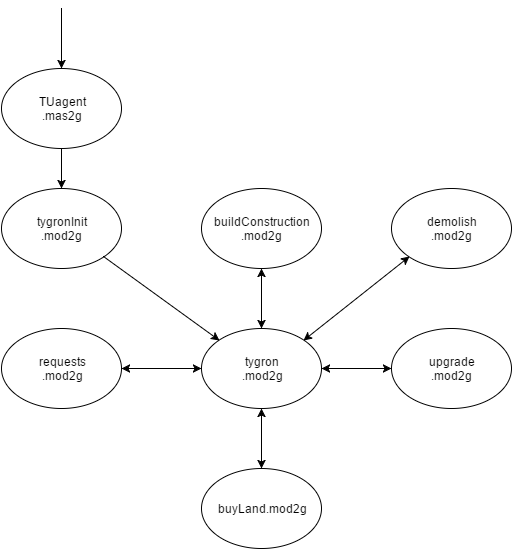
The draw.io diagram documents/Architecture Design/moduleDiagram.png in spiderbiggen/RAMpestampers-Context-VH, before a commit. Source tidied: cells renumbered, new cells last; positions are measured from the earlier drawing's top-left corner, leaving out a move shared by most shapes.
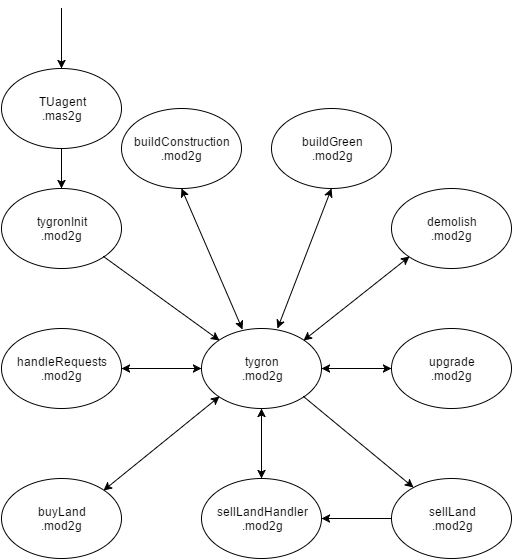
The same diagram one commit later.

Commit message:
updated the goal module diagram

The edit, as a diff of the source:
```diff
@@ -3,54 +3,79 @@
     <mxCell id="0" />
     <mxCell id="1" parent="0" />
     <mxCell id="2" value="tygron&lt;div&gt;.mod2g&lt;/div&gt;" style="ellipse;whiteSpace=wrap;html=1;" parent="1" vertex="1">
-      <mxGeometry x="200" y="320" width="120" height="80" as="geometry" />
+      <mxGeometry x="190" y="180" width="120" height="80" as="geometry" />
     </mxCell>
     <mxCell id="3" value="buildConstruction&lt;div&gt;.mod&lt;span style=&quot;line-height: 1.2&quot;&gt;2g&lt;/span&gt;&lt;/div&gt;" style="ellipse;whiteSpace=wrap;html=1;" parent="1" vertex="1">
-      <mxGeometry x="200" y="180" width="120" height="80" as="geometry" />
+      <mxGeometry x="110" y="-40" width="120" height="80" as="geometry" />
     </mxCell>
+    <mxCell id="18" value="tygronInit&lt;div&gt;&lt;div&gt;.mod2g&lt;/div&gt;&lt;/div&gt;" style="ellipse;whiteSpace=wrap;html=1;" parent="1" vertex="1">
+      <mxGeometry x="-10" y="40" width="120" height="80" as="geometry" />
+    </mxCell>
-    <mxCell id="4" value="tygronInit&lt;div&gt;&lt;div&gt;.mod2g&lt;/div&gt;&lt;/div&gt;" style="ellipse;whiteSpace=wrap;html=1;" parent="1" vertex="1">
-      <mxGeometry y="180" width="120" height="80" as="geometry" />
+    <mxCell id="4" style="endArrow=classic;html=1;entryX=0.5;entryY=0;exitX=0.5;exitY=1;" parent="1" edge="1" source="12" target="18">
+      <mxGeometry relative="1" as="geometry" />
     </mxCell>
-    <mxCell id="5" style="endArrow=classic;html=1;entryX=0.5;entryY=0;exitX=0.5;exitY=1;" parent="1" edge="1" source="16" target="4">
+    <mxCell id="5" style="endArrow=classic;html=1;entryX=0;entryY=0;exitX=1;exitY=1;" parent="1" edge="1" source="18" target="2">
       <mxGeometry relative="1" as="geometry" />
     </mxCell>
-    <mxCell id="6" style="endArrow=classic;html=1;entryX=0;entryY=0;exitX=1;exitY=1;" parent="1" edge="1" source="4" target="2">
-      <mxGeometry relative="1" as="geometry" />
+    <mxCell id="6" value="demolish&lt;div&gt;.mod2g&lt;/div&gt;" style="ellipse;whiteSpace=wrap;html=1;" parent="1" vertex="1">
+      <mxGeometry x="380" y="40" width="120" height="80" as="geometry" />
     </mxCell>
+    <mxCell id="19" style="endArrow=classic;startArrow=classic;html=1;entryX=0.5;entryY=1;exitX=0.342;exitY=0.013;exitPerimeter=0;" parent="1" edge="1" source="2" target="3">
+      <mxGeometry relative="1" as="geometry" />
+    </mxCell>
-    <mxCell id="7" value="demolish&lt;div&gt;.mod2g&lt;/div&gt;" style="ellipse;whiteSpace=wrap;html=1;" parent="1" vertex="1">
-      <mxGeometry x="390" y="180" width="120" height="80" as="geometry" />
+    <mxCell id="7" style="endArrow=classic;startArrow=classic;html=1;entryX=0;entryY=1;exitX=1;exitY=0;" parent="1" edge="1" source="2" target="6">
+      <mxGeometry relative="1" as="geometry" />
     </mxCell>
+    <mxCell id="20" value="upgrade&lt;div&gt;.mod2g&lt;/div&gt;" style="ellipse;whiteSpace=wrap;html=1;" parent="1" vertex="1">
+      <mxGeometry x="380" y="180" width="120" height="80" as="geometry" />
+    </mxCell>
+    <mxCell id="21" value="&lt;div&gt;buyLand&lt;/div&gt;&lt;div&gt;&lt;span style=&quot;line-height: 1.2&quot;&gt;.mod2g&lt;/span&gt;&lt;/div&gt;" style="ellipse;whiteSpace=wrap;html=1;" parent="1" vertex="1">
+      <mxGeometry x="-10" y="330" width="120" height="80" as="geometry" />
+    </mxCell>
-    <mxCell id="8" style="endArrow=classic;startArrow=classic;html=1;entryX=0.5;entryY=1;exitX=0.5;exitY=0;" parent="1" edge="1" source="2" target="3">
-      <mxGeometry relative="1" as="geometry" />
+    <mxCell id="8" value="handleR&lt;span style=&quot;line-height: 1.2&quot;&gt;equests&lt;/span&gt;&lt;div&gt;&lt;div&gt;.mod2g&lt;/div&gt;&lt;/div&gt;" style="ellipse;whiteSpace=wrap;html=1;" parent="1" vertex="1">
+      <mxGeometry x="-10" y="180" width="120" height="80" as="geometry" />
     </mxCell>
-    <mxCell id="9" style="endArrow=classic;startArrow=classic;html=1;entryX=0;entryY=1;exitX=1;exitY=0;" parent="1" edge="1" source="2" target="7">
+    <mxCell id="9" style="endArrow=classic;startArrow=classic;html=1;entryX=0;entryY=0.5;exitX=1;exitY=0.5;" parent="1" edge="1" source="8" target="2">
       <mxGeometry relative="1" as="geometry" />
     </mxCell>
-    <mxCell id="10" value="upgrade&lt;div&gt;.mod2g&lt;/div&gt;" style="ellipse;whiteSpace=wrap;html=1;" parent="1" vertex="1">
-      <mxGeometry x="390" y="320" width="120" height="80" as="geometry" />
+    <mxCell id="10" style="endArrow=classic;startArrow=classic;html=1;entryX=0;entryY=1;exitX=1;exitY=0;" parent="1" edge="1" source="21" target="2">
+      <mxGeometry relative="1" as="geometry" />
     </mxCell>
-    <mxCell id="11" value="&lt;div&gt;buyLand&lt;span style=&quot;line-height: 1.2&quot;&gt;.mod2g&lt;/span&gt;&lt;/div&gt;" style="ellipse;whiteSpace=wrap;html=1;" parent="1" vertex="1">
-      <mxGeometry x="200" y="460" width="120" height="80" as="geometry" />
+    <mxCell id="11" style="endArrow=classic;startArrow=classic;html=1;entryX=0;entryY=0.5;exitX=1;exitY=0.5;" parent="1" edge="1" source="2" target="20">
+      <mxGeometry relative="1" as="geometry" />
     </mxCell>
-    <mxCell id="12" value="r&lt;span style=&quot;line-height: 1.2&quot;&gt;equests&lt;/span&gt;&lt;div&gt;&lt;div&gt;.mod2g&lt;/div&gt;&lt;/div&gt;" style="ellipse;whiteSpace=wrap;html=1;" parent="1" vertex="1">
-      <mxGeometry y="320" width="120" height="80" as="geometry" />
+    <mxCell id="12" value="TUagent&lt;div&gt;.mas2g&lt;/div&gt;" style="ellipse;whiteSpace=wrap;html=1;" parent="1" vertex="1">
+      <mxGeometry x="-10" y="-80" width="120" height="80" as="geometry" />
     </mxCell>
-    <mxCell id="13" style="endArrow=classic;startArrow=classic;html=1;entryX=0;entryY=0.5;exitX=1;exitY=0.5;" parent="1" edge="1" source="12" target="2">
-      <mxGeometry relative="1" as="geometry" />
+    <mxCell id="13" style="endArrow=classic;html=1;entryX=0.5;entryY=0;" parent="1" edge="1" target="12">
+      <mxGeometry relative="1" as="geometry">
+        <mxPoint x="50" y="-140" as="sourcePoint" />
+      </mxGeometry>
     </mxCell>
-    <mxCell id="14" style="endArrow=classic;startArrow=classic;html=1;entryX=0.5;entryY=1;exitX=0.5;exitY=0;" parent="1" edge="1" source="11" target="2">
-      <mxGeometry relative="1" as="geometry" />
+    <mxCell id="14" value="&lt;div&gt;&lt;span style=&quot;line-height: 1.2&quot;&gt;sellLand&lt;/span&gt;&lt;/div&gt;&lt;div&gt;&lt;span style=&quot;line-height: 1.2&quot;&gt;.mod2g&lt;/span&gt;&lt;/div&gt;" style="ellipse;whiteSpace=wrap;html=1;" parent="1" vertex="1">
+      <mxGeometry x="380" y="330" width="120" height="80" as="geometry" />
     </mxCell>
-    <mxCell id="15" style="endArrow=classic;startArrow=classic;html=1;entryX=0;entryY=0.5;exitX=1;exitY=0.5;" parent="1" edge="1" source="2" target="10">
-      <mxGeometry relative="1" as="geometry" />
+    <mxCell id="15" style="endArrow=none;startArrow=classic;html=1;entryX=1;entryY=1;endFill=0;" parent="1" edge="1" target="2">
+      <mxGeometry x="112" y="350" as="geometry">
+        <mxPoint x="402" y="339" as="sourcePoint" />
+      </mxGeometry>
     </mxCell>
-    <mxCell id="16" value="TUagent&lt;div&gt;.mas2g&lt;/div&gt;" style="ellipse;whiteSpace=wrap;html=1;" parent="1" vertex="1">
-      <mxGeometry y="60" width="120" height="80" as="geometry" />
+    <mxCell id="16" value="&lt;div&gt;&lt;span style=&quot;line-height: 1.2&quot;&gt;sellLandHandler&lt;/span&gt;&lt;/div&gt;&lt;div&gt;&lt;span style=&quot;line-height: 1.2&quot;&gt;.mod2g&lt;/span&gt;&lt;/div&gt;" style="ellipse;whiteSpace=wrap;html=1;" parent="1" vertex="1">
+      <mxGeometry x="190" y="330" width="120" height="80" as="geometry" />
     </mxCell>
-    <mxCell id="17" style="endArrow=classic;html=1;entryX=0.5;entryY=0;" parent="1" edge="1" target="16">
-      <mxGeometry relative="1" as="geometry">
-        <mxPoint x="60" as="sourcePoint" />
-      </mxGeometry>
+    <mxCell id="17" style="endArrow=none;startArrow=classic;html=1;entryX=0;entryY=0.5;endFill=0;exitX=1;exitY=0.5;" parent="1" edge="1" source="16" target="14">
+      <mxGeometry x="122" y="360" as="geometry" />
     </mxCell>
+    <mxCell id="22" style="endArrow=classic;startArrow=classic;html=1;entryX=0.5;entryY=1;exitX=0.5;exitY=0;" parent="1" edge="1" source="16" target="2">
+      <mxGeometry x="112" y="338" as="geometry" />
+    </mxCell>
+    <mxCell id="23" value="buildGreen&lt;div&gt;&lt;div&gt;.mod&lt;span style=&quot;line-height: 1.2&quot;&gt;2g&lt;/span&gt;&lt;/div&gt;&lt;/div&gt;" style="ellipse;whiteSpace=wrap;html=1;" parent="1" vertex="1">
+      <mxGeometry x="260" y="-40" width="120" height="80" as="geometry" />
+    </mxCell>
+    <mxCell id="24" style="endArrow=classic;startArrow=classic;html=1;entryX=0.5;entryY=1;" parent="1" edge="1" target="23">
+      <mxGeometry x="200" y="130" as="geometry">
+        <mxPoint x="266" y="180" as="sourcePoint" />
+      </mxGeometry>
+    </mxCell>
   </root>
 </mxGraphModel>
```
